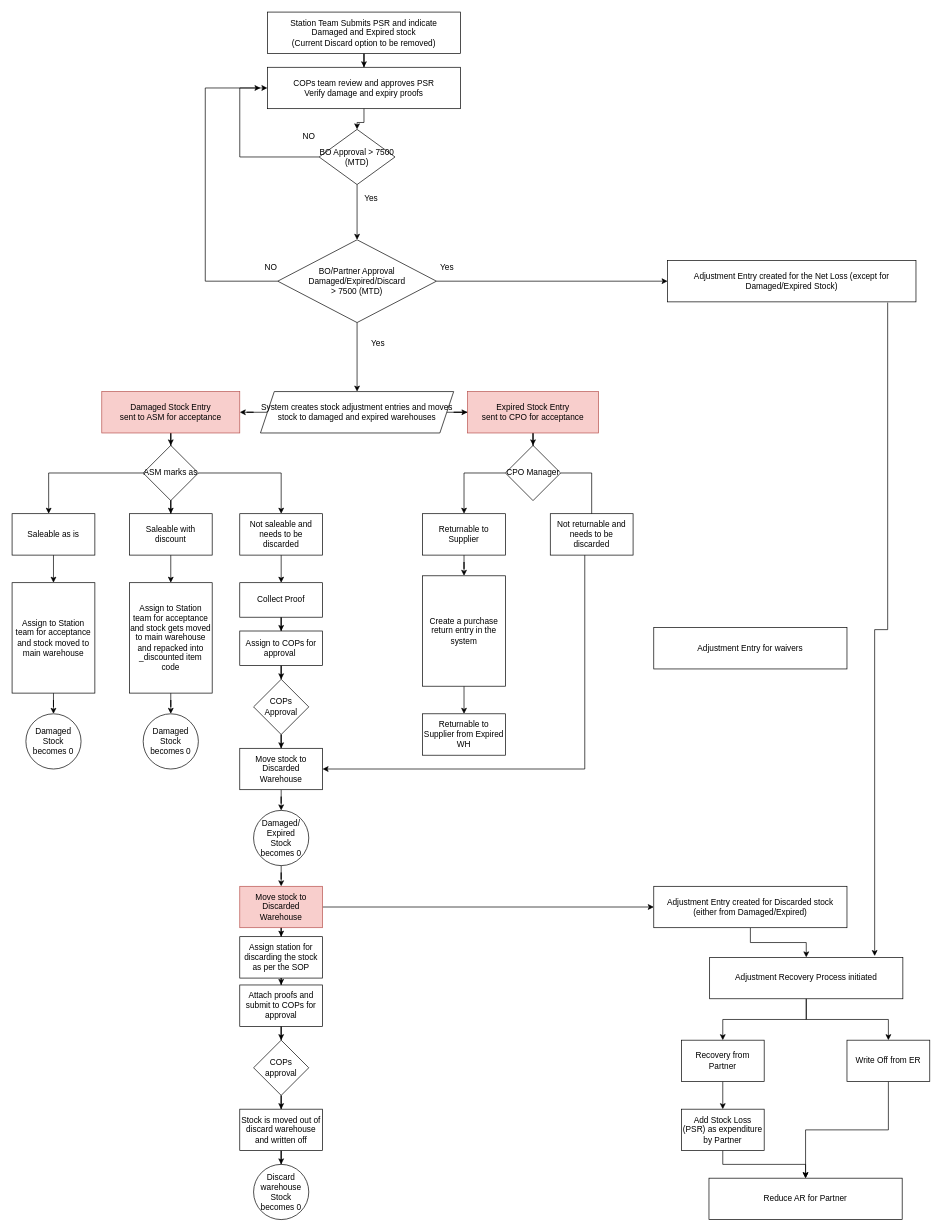
sachinhub/draw.io keeps this draw.io diagram as Untitled Diagram.drawio. Above is the earlier version. Source tidied: cells renumbered, new cells numbered last; positions are measured from the earlier drawing's top-left corner, leaving out a move shared by most shapes. Both pictures are drawn from the tidied source at 69%, with x=0, y=0 at pixel (12, 12).
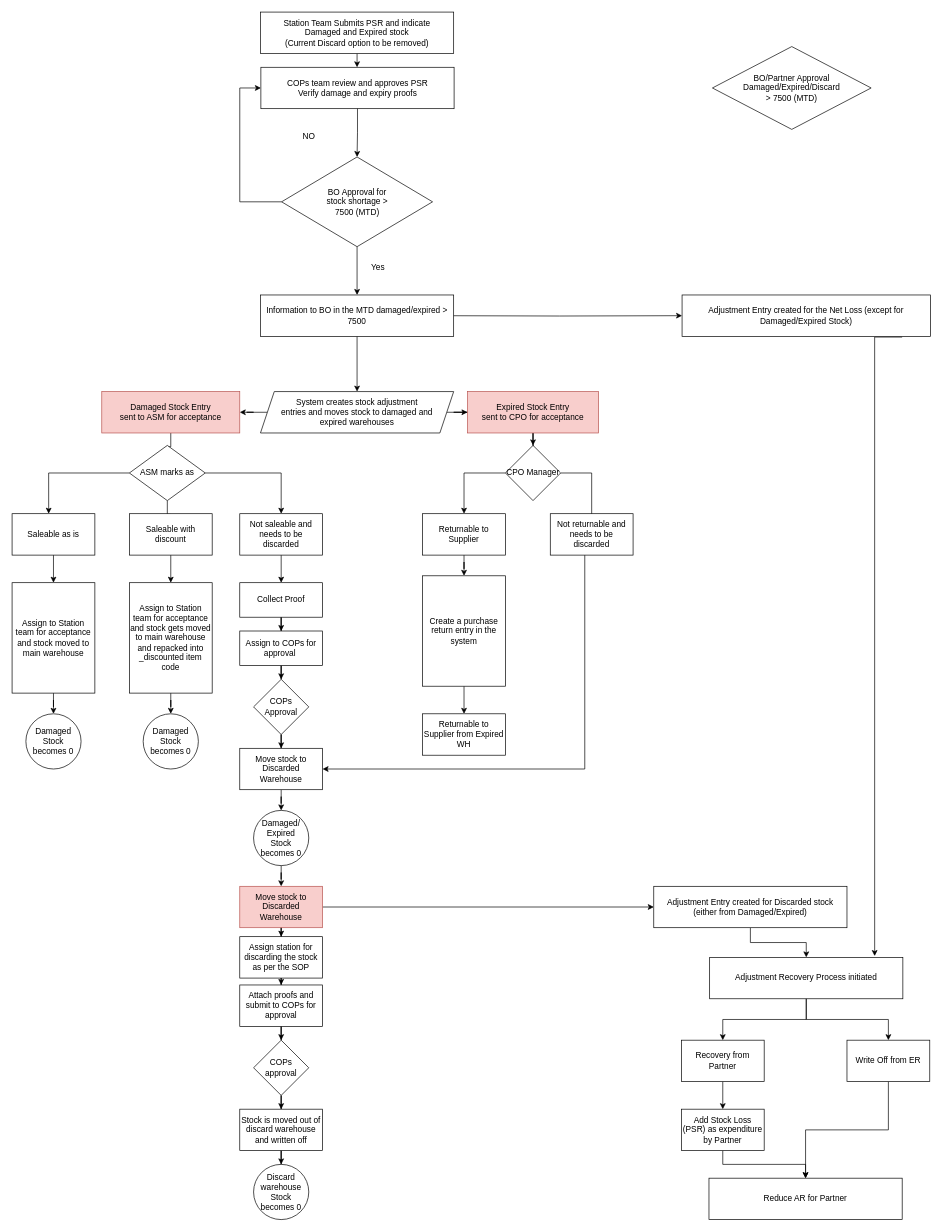
Above is the later version.

The change refers to these unchanged cells:
```xml
<mxCell id="66" value="Adjustment Recovery Process initiated" style="whiteSpace=wrap;html=1;rounded=0;" parent="1" vertex="1">
  <mxGeometry x="1011" y="1370" width="280" height="60" as="geometry" />
</mxCell>
```

What changed in the source:
```diff
@@
     <mxCell id="3" value="Station Team Submits PSR and indicate&lt;br&gt;Damaged and Expired stock&lt;br&gt;(Current Discard option to be removed)" style="rounded=0;whiteSpace=wrap;html=1;" parent="1" vertex="1">
-      <mxGeometry x="370" width="280" height="60" as="geometry" />
+      <mxGeometry x="360" width="280" height="60" as="geometry" />
     </mxCell>
-    <mxCell id="4" style="edgeStyle=orthogonalEdgeStyle;rounded=0;jettySize=auto;html=1;" parent="1" edge="1" source="81" target="9">
+    <mxCell id="4" style="edgeStyle=orthogonalEdgeStyle;rounded=0;jettySize=auto;html=1;exitX=0.5;exitY=1;exitDx=0;exitDy=0;" parent="1" edge="1" source="88" target="9">
       <mxGeometry relative="1" as="geometry" />
     </mxCell>
-    <mxCell id="5" style="edgeStyle=orthogonalEdgeStyle;rounded=0;jettySize=auto;html=1;exitX=1;exitY=0.5;exitDx=0;exitDy=0;entryX=0;entryY=0.5;entryDx=0;entryDy=0;" parent="1" edge="1" source="81" target="62">
-      <mxGeometry relative="1" as="geometry" />
+    <mxCell id="5" style="edgeStyle=orthogonalEdgeStyle;rounded=0;jettySize=auto;html=1;exitX=1;exitY=0.5;exitDx=0;exitDy=0;entryX=0;entryY=0.5;entryDx=0;entryDy=0;" parent="1" edge="1" target="62">
+      <mxGeometry relative="1" as="geometry">
+        <mxPoint x="615" y="440" as="sourcePoint" />
+      </mxGeometry>
     </mxCell>
     <mxCell id="6" value="COPs team review and approves PSR&lt;br&gt;Verify damage and expiry proofs" style="whiteSpace=wrap;html=1;rounded=0;" parent="1" vertex="1">
-      <mxGeometry x="370" y="80" width="280" height="60" as="geometry" />
+      <mxGeometry x="360.6" y="80" width="280" height="60" as="geometry" />
     </mxCell>
@@
-    <mxCell id="9" value="System creates stock adjustment entries and moves stock to damaged and expired warehouses" style="shape=parallelogram;perimeter=parallelogramPerimeter;whiteSpace=wrap;html=1;fixedSize=1;rounded=0;" parent="1" vertex="1">
+    <mxCell id="9" value="System creates stock adjustment &lt;br&gt;entries and moves stock to damaged and &lt;br&gt;expired warehouses" style="shape=parallelogram;perimeter=parallelogramPerimeter;whiteSpace=wrap;html=1;fixedSize=1;rounded=0;" parent="1" vertex="1">
       <mxGeometry x="360" y="550" width="280" height="60" as="geometry" />
     </mxCell>
@@
     <mxCell id="17" value="ASM marks as" style="rhombus;whiteSpace=wrap;html=1;" parent="1" vertex="1">
-      <mxGeometry x="190" y="628" width="80" height="80" as="geometry" />
+      <mxGeometry x="170" y="628" width="110" height="80" as="geometry" />
     </mxCell>
@@
     <mxCell id="61" style="edgeStyle=orthogonalEdgeStyle;rounded=0;jettySize=auto;html=1;exitX=0.886;exitY=1.017;exitDx=0;exitDy=0;entryX=0.854;entryY=-0.033;entryDx=0;entryDy=0;exitPerimeter=0;entryPerimeter=0;" parent="1" edge="1" source="62" target="66">
-      <mxGeometry relative="1" as="geometry" />
+      <mxGeometry relative="1" as="geometry">
+        <Array as="points">
+          <mxPoint x="1250" y="471" />
+        </Array>
+      </mxGeometry>
     </mxCell>
     <mxCell id="62" value="Adjustment Entry created for the Net Loss (except for Damaged/Expired Stock)" style="whiteSpace=wrap;html=1;rounded=0;" parent="1" vertex="1">
-      <mxGeometry x="950" y="360" width="360" height="60" as="geometry" />
+      <mxGeometry x="971" y="410" width="360" height="60" as="geometry" />
     </mxCell>
@@
-    <mxCell id="75" style="edgeStyle=orthogonalEdgeStyle;rounded=0;jettySize=auto;html=1;entryX=0.5;entryY=0;entryDx=0;entryDy=0;" parent="1" edge="1" source="76" target="81">
+    <mxCell id="75" style="edgeStyle=orthogonalEdgeStyle;rounded=0;jettySize=auto;html=1;entryX=0.5;entryY=0;entryDx=0;entryDy=0;" parent="1" edge="1" source="76" target="88">
       <mxGeometry relative="1" as="geometry" />
     </mxCell>
-    <mxCell id="76" value="BO Approval &amp;gt; 7500 (MTD)" style="rhombus;whiteSpace=wrap;html=1;" parent="1" vertex="1">
-      <mxGeometry x="445" y="170" width="110" height="80" as="geometry" />
+    <mxCell id="76" value="BO Approval for &lt;br&gt;stock shortage &amp;gt; &lt;br&gt;7500 (MTD)" style="rhombus;whiteSpace=wrap;html=1;" parent="1" vertex="1">
+      <mxGeometry x="390.6" y="210" width="218.8" height="130" as="geometry" />
     </mxCell>
@@
     <mxCell id="78" value="Yes" style="text;html=1;align=center;verticalAlign=middle;fillColor=none;strokeColor=none;rounded=0;" parent="1" vertex="1">
-      <mxGeometry x="610" y="360" width="40" height="20" as="geometry" />
+      <mxGeometry x="510" y="360" width="40" height="20" as="geometry" />
     </mxCell>
     <mxCell id="79" style="edgeStyle=orthogonalEdgeStyle;rounded=0;jettySize=auto;html=1;exitX=0;exitY=0.5;exitDx=0;exitDy=0;entryX=0;entryY=0.5;entryDx=0;entryDy=0;" parent="1" edge="1" source="76" target="6">
       <mxGeometry relative="1" as="geometry">
         <Array as="points">
-          <mxPoint x="330" y="210" />
+          <mxPoint x="330" y="275" />
           <mxPoint x="330" y="110" />
         </Array>
       </mxGeometry>
     </mxCell>
@@
+    <mxCell id="86" value="Returnable to Supplier from Expired WH" style="rounded=0;whiteSpace=wrap;html=1;" parent="1" vertex="1">
+      <mxGeometry x="595" y="1017" width="120" height="60" as="geometry" />
+    </mxCell>
     <mxCell id="81" value="BO/Partner Approval &lt;br&gt;Damaged/Expired/Discard&lt;br&gt;&amp;gt; 7500 (MTD)" style="rhombus;whiteSpace=wrap;html=1;" parent="1" vertex="1">
-      <mxGeometry x="385" y="330" width="230" height="120" as="geometry" />
+      <mxGeometry x="1015" y="50" width="230" height="120" as="geometry" />
     </mxCell>
-    <mxCell id="82" style="edgeStyle=orthogonalEdgeStyle;rounded=0;jettySize=auto;html=1;exitX=0;exitY=0.5;exitDx=0;exitDy=0;" parent="1" edge="1" source="81">
-      <mxGeometry relative="1" as="geometry">
-        <mxPoint x="360" y="110" as="targetPoint" />
-        <Array as="points">
-          <mxPoint x="280" y="390" />
-          <mxPoint x="280" y="110" />
-        </Array>
-      </mxGeometry>
-    </mxCell>
-    <mxCell id="83" value="Yes" style="text;html=1;align=center;verticalAlign=middle;fillColor=none;strokeColor=none;rounded=0;" parent="1" vertex="1">
-      <mxGeometry x="510" y="470" width="40" height="20" as="geometry" />
-    </mxCell>
-    <mxCell id="84" value="NO" style="text;html=1;align=center;verticalAlign=middle;fillColor=none;strokeColor=none;rounded=0;" parent="1" vertex="1">
-      <mxGeometry x="360" y="360" width="30" height="20" as="geometry" />
-    </mxCell>
-    <mxCell id="85" value="Yes" style="text;html=1;align=center;verticalAlign=middle;fillColor=none;strokeColor=none;rounded=0;" parent="1" vertex="1">
-      <mxGeometry x="500" y="260" width="40" height="20" as="geometry" />
-    </mxCell>
-    <mxCell id="86" value="Returnable to Supplier from Expired WH" style="rounded=0;whiteSpace=wrap;html=1;" parent="1" vertex="1">
-      <mxGeometry x="595" y="1017" width="120" height="60" as="geometry" />
-    </mxCell>
-    <mxCell id="87" value="Adjustment Entry for waivers" style="whiteSpace=wrap;html=1;rounded=0;" parent="1" vertex="1">
-      <mxGeometry x="930" y="892" width="280" height="60" as="geometry" />
-    </mxCell>
+    <mxCell id="88" value="Information to BO in the MTD damaged/expired &amp;gt; 7500" style="whiteSpace=wrap;html=1;rounded=0;" parent="1" vertex="1">
+      <mxGeometry x="360" y="410" width="280" height="60" as="geometry" />
+    </mxCell>
```
